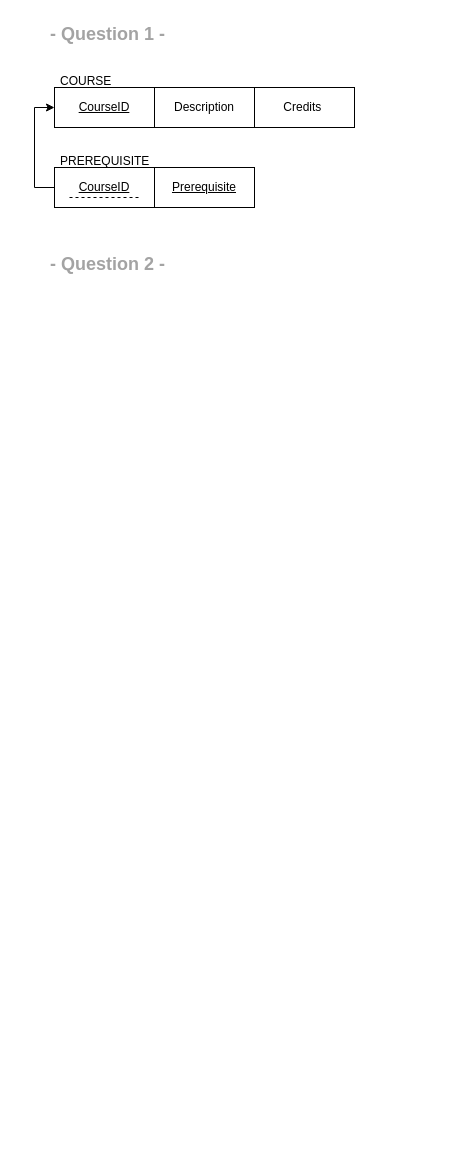
The draw.io diagram HW2.drawio in SamanZargarzadeh/ERD, before the edit. Source tidied: cells renumbered, new cells numbered last; positions are measured from the earlier drawing's top-left corner, leaving out a move shared by most shapes. Both pictures are drawn from the tidied source at 100%, with x=0, y=0 at pixel (34, 17).
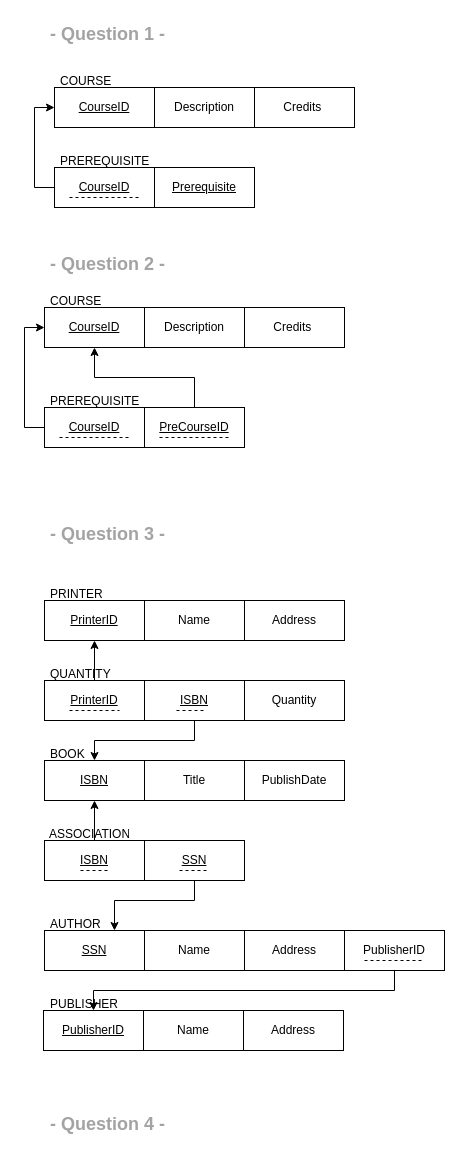
Above is the later version.

Change to the diagram source:
```diff
@@
+    <mxCell id="13" value="CourseID" style="whiteSpace=wrap;html=1;align=center;fontStyle=4;" parent="1" vertex="1">
+      <mxGeometry x="10" y="290" width="100" height="40" as="geometry" />
+    </mxCell>
+    <mxCell id="14" value="&lt;span style=&quot;background-color: initial;&quot;&gt;Description&lt;br&gt;&lt;/span&gt;" style="whiteSpace=wrap;html=1;align=center;" parent="1" vertex="1">
+      <mxGeometry x="110" y="290" width="100" height="40" as="geometry" />
+    </mxCell>
+    <mxCell id="15" value="&lt;span style=&quot;background-color: initial;&quot;&gt;Credits&amp;nbsp;&lt;br&gt;&lt;/span&gt;" style="whiteSpace=wrap;html=1;align=center;" parent="1" vertex="1">
+      <mxGeometry x="210" y="290" width="100" height="40" as="geometry" />
+    </mxCell>
+    <mxCell id="16" style="edgeStyle=orthogonalEdgeStyle;rounded=0;jettySize=auto;html=1;entryX=0;entryY=0.5;entryDx=0;entryDy=0;" parent="1" edge="1" source="17" target="13">
+      <mxGeometry relative="1" as="geometry">
+        <Array as="points">
+          <mxPoint x="-10" y="410" />
+          <mxPoint x="-10" y="310" />
+        </Array>
+      </mxGeometry>
+    </mxCell>
+    <mxCell id="17" value="CourseID" style="whiteSpace=wrap;html=1;align=center;fontStyle=4;" parent="1" vertex="1">
+      <mxGeometry x="10" y="390" width="100" height="40" as="geometry" />
+    </mxCell>
+    <mxCell id="18" style="edgeStyle=orthogonalEdgeStyle;rounded=0;jettySize=auto;html=1;entryX=0.5;entryY=1;entryDx=0;entryDy=0;" parent="1" edge="1" source="19" target="13">
+      <mxGeometry relative="1" as="geometry" />
+    </mxCell>
+    <mxCell id="19" value="&lt;span style=&quot;background-color: initial;&quot;&gt;&lt;span style=&quot;font-weight: normal;&quot;&gt;&lt;u&gt;PreCourseID&lt;/u&gt;&lt;/span&gt;&lt;br&gt;&lt;/span&gt;" style="whiteSpace=wrap;html=1;align=center;fontStyle=1;" parent="1" vertex="1">
+      <mxGeometry x="110" y="390" width="100" height="40" as="geometry" />
+    </mxCell>
+    <mxCell id="20" style="endArrow=none;dashed=1;html=1;rounded=0;" parent="1" edge="1">
+      <mxGeometry relative="1" as="geometry">
+        <mxPoint x="25" y="420" as="sourcePoint" />
+        <mxPoint x="95" y="420" as="targetPoint" />
+      </mxGeometry>
+    </mxCell>
+    <mxCell id="21" value="COURSE" style="text;strokeColor=none;fillColor=none;spacingLeft=4;spacingRight=4;overflow=hidden;fontSize=12;whiteSpace=wrap;html=1;" parent="1" vertex="1">
+      <mxGeometry x="10" y="270" width="100" height="30" as="geometry" />
+    </mxCell>
+    <mxCell id="22" value="PREREQUISITE" style="text;strokeColor=none;fillColor=none;spacingLeft=4;spacingRight=4;overflow=hidden;fontSize=12;whiteSpace=wrap;html=1;" parent="1" vertex="1">
+      <mxGeometry x="10" y="370" width="100" height="30" as="geometry" />
+    </mxCell>
+    <mxCell id="23" style="endArrow=none;dashed=1;html=1;rounded=0;" parent="1" edge="1">
+      <mxGeometry relative="1" as="geometry">
+        <mxPoint x="125" y="420" as="sourcePoint" />
+        <mxPoint x="195" y="420" as="targetPoint" />
+      </mxGeometry>
+    </mxCell>
+    <mxCell id="24" value="- Question 3 -" style="text;strokeColor=none;fillColor=none;spacingLeft=4;spacingRight=4;overflow=hidden;fontSize=18;whiteSpace=wrap;html=1;fontColor=#a3a3a3;fontStyle=1;" parent="1" vertex="1">
+      <mxGeometry x="10" y="500" width="160" height="30" as="geometry" />
+    </mxCell>
+    <mxCell id="25" value="PrinterID" style="whiteSpace=wrap;html=1;align=center;fontStyle=4;" parent="1" vertex="1">
+      <mxGeometry x="10" y="583" width="100" height="40" as="geometry" />
+    </mxCell>
+    <mxCell id="26" value="Name" style="whiteSpace=wrap;html=1;align=center;" parent="1" vertex="1">
+      <mxGeometry x="110" y="583" width="100" height="40" as="geometry" />
+    </mxCell>
+    <mxCell id="27" value="Address" style="whiteSpace=wrap;html=1;align=center;" parent="1" vertex="1">
+      <mxGeometry x="210" y="583" width="100" height="40" as="geometry" />
+    </mxCell>
+    <mxCell id="28" value="PRINTER" style="text;strokeColor=none;fillColor=none;spacingLeft=4;spacingRight=4;overflow=hidden;fontSize=12;whiteSpace=wrap;html=1;" parent="1" vertex="1">
+      <mxGeometry x="10" y="563" width="90" height="30" as="geometry" />
+    </mxCell>
+    <mxCell id="29" value="&lt;u&gt;ISBN&lt;/u&gt;" style="whiteSpace=wrap;html=1;align=center;" parent="1" vertex="1">
+      <mxGeometry x="10" y="743" width="100" height="40" as="geometry" />
+    </mxCell>
+    <mxCell id="30" value="Title" style="whiteSpace=wrap;html=1;align=center;" parent="1" vertex="1">
+      <mxGeometry x="110" y="743" width="100" height="40" as="geometry" />
+    </mxCell>
+    <mxCell id="31" value="PublishDate" style="whiteSpace=wrap;html=1;align=center;" parent="1" vertex="1">
+      <mxGeometry x="210" y="743" width="100" height="40" as="geometry" />
+    </mxCell>
+    <mxCell id="32" value="BOOK" style="text;strokeColor=none;fillColor=none;spacingLeft=4;spacingRight=4;overflow=hidden;fontSize=12;whiteSpace=wrap;html=1;" parent="1" vertex="1">
+      <mxGeometry x="10" y="723" width="90" height="30" as="geometry" />
+    </mxCell>
+    <mxCell id="33" style="edgeStyle=orthogonalEdgeStyle;rounded=0;jettySize=auto;html=1;" parent="1" edge="1" source="34" target="25">
+      <mxGeometry relative="1" as="geometry" />
+    </mxCell>
+    <mxCell id="34" value="PrinterID" style="whiteSpace=wrap;html=1;align=center;fontStyle=4;" parent="1" vertex="1">
+      <mxGeometry x="10" y="663" width="100" height="40" as="geometry" />
+    </mxCell>
+    <mxCell id="35" style="edgeStyle=orthogonalEdgeStyle;rounded=0;jettySize=auto;html=1;" parent="1" edge="1" source="36" target="29">
+      <mxGeometry relative="1" as="geometry" />
+    </mxCell>
+    <mxCell id="36" value="&lt;u&gt;ISBN&lt;/u&gt;" style="whiteSpace=wrap;html=1;align=center;" parent="1" vertex="1">
+      <mxGeometry x="110" y="663" width="100" height="40" as="geometry" />
+    </mxCell>
+    <mxCell id="37" value="Quantity" style="whiteSpace=wrap;html=1;align=center;" parent="1" vertex="1">
+      <mxGeometry x="210" y="663" width="100" height="40" as="geometry" />
+    </mxCell>
+    <mxCell id="38" value="QUANTITY" style="text;strokeColor=none;fillColor=none;spacingLeft=4;spacingRight=4;overflow=hidden;fontSize=12;whiteSpace=wrap;html=1;" parent="1" vertex="1">
+      <mxGeometry x="10" y="643" width="90" height="30" as="geometry" />
+    </mxCell>
+    <mxCell id="39" style="endArrow=none;dashed=1;html=1;rounded=0;" parent="1" edge="1">
+      <mxGeometry relative="1" as="geometry">
+        <mxPoint x="35" y="693" as="sourcePoint" />
+        <mxPoint x="85" y="693" as="targetPoint" />
+      </mxGeometry>
+    </mxCell>
+    <mxCell id="40" style="endArrow=none;dashed=1;html=1;rounded=0;" parent="1" edge="1">
+      <mxGeometry relative="1" as="geometry">
+        <mxPoint x="142" y="693" as="sourcePoint" />
+        <mxPoint x="172" y="693" as="targetPoint" />
+      </mxGeometry>
+    </mxCell>
+    <mxCell id="41" value="&lt;u&gt;SSN&lt;/u&gt;" style="whiteSpace=wrap;html=1;align=center;" parent="1" vertex="1">
+      <mxGeometry x="10" y="913" width="100" height="40" as="geometry" />
+    </mxCell>
+    <mxCell id="42" value="Name" style="whiteSpace=wrap;html=1;align=center;" parent="1" vertex="1">
+      <mxGeometry x="110" y="913" width="100" height="40" as="geometry" />
+    </mxCell>
+    <mxCell id="43" value="Address" style="whiteSpace=wrap;html=1;align=center;" parent="1" vertex="1">
+      <mxGeometry x="210" y="913" width="100" height="40" as="geometry" />
+    </mxCell>
+    <mxCell id="44" value="AUTHOR" style="text;strokeColor=none;fillColor=none;spacingLeft=4;spacingRight=4;overflow=hidden;fontSize=12;whiteSpace=wrap;html=1;" parent="1" vertex="1">
+      <mxGeometry x="10" y="893" width="75" height="30" as="geometry" />
+    </mxCell>
+    <mxCell id="45" style="edgeStyle=orthogonalEdgeStyle;rounded=0;jettySize=auto;html=1;" parent="1" edge="1" source="46" target="29">
+      <mxGeometry relative="1" as="geometry" />
+    </mxCell>
+    <mxCell id="46" value="&lt;u&gt;ISBN&lt;/u&gt;" style="whiteSpace=wrap;html=1;align=center;" parent="1" vertex="1">
+      <mxGeometry x="10" y="823" width="100" height="40" as="geometry" />
+    </mxCell>
+    <mxCell id="47" style="edgeStyle=orthogonalEdgeStyle;rounded=0;jettySize=auto;html=1;" parent="1" edge="1" source="48" target="41">
+      <mxGeometry relative="1" as="geometry">
+        <Array as="points">
+          <mxPoint x="160" y="883" />
+          <mxPoint x="80" y="883" />
+        </Array>
+      </mxGeometry>
+    </mxCell>
+    <mxCell id="48" value="&lt;u&gt;SSN&lt;/u&gt;" style="whiteSpace=wrap;html=1;align=center;" parent="1" vertex="1">
+      <mxGeometry x="110" y="823" width="100" height="40" as="geometry" />
+    </mxCell>
+    <mxCell id="49" style="endArrow=none;dashed=1;html=1;rounded=0;" parent="1" edge="1">
+      <mxGeometry relative="1" as="geometry">
+        <mxPoint x="46" y="853" as="sourcePoint" />
+        <mxPoint x="76" y="853" as="targetPoint" />
+      </mxGeometry>
+    </mxCell>
+    <mxCell id="50" style="endArrow=none;dashed=1;html=1;rounded=0;" parent="1" edge="1">
+      <mxGeometry relative="1" as="geometry">
+        <mxPoint x="145" y="853" as="sourcePoint" />
+        <mxPoint x="175" y="853" as="targetPoint" />
+      </mxGeometry>
+    </mxCell>
+    <mxCell id="51" value="ASSOCIATION" style="text;strokeColor=none;fillColor=none;spacingLeft=4;spacingRight=4;overflow=hidden;fontSize=12;whiteSpace=wrap;html=1;" parent="1" vertex="1">
+      <mxGeometry x="9" y="803" width="90" height="30" as="geometry" />
+    </mxCell>
+    <mxCell id="52" value="PublisherID" style="whiteSpace=wrap;html=1;align=center;fontStyle=4;" parent="1" vertex="1">
+      <mxGeometry x="9" y="993" width="100" height="40" as="geometry" />
+    </mxCell>
+    <mxCell id="53" value="Name" style="whiteSpace=wrap;html=1;align=center;" parent="1" vertex="1">
+      <mxGeometry x="109" y="993" width="100" height="40" as="geometry" />
+    </mxCell>
+    <mxCell id="54" value="Address" style="whiteSpace=wrap;html=1;align=center;" parent="1" vertex="1">
+      <mxGeometry x="209" y="993" width="100" height="40" as="geometry" />
+    </mxCell>
+    <mxCell id="55" value="PUBLISHER" style="text;strokeColor=none;fillColor=none;spacingLeft=4;spacingRight=4;overflow=hidden;fontSize=12;whiteSpace=wrap;html=1;" parent="1" vertex="1">
+      <mxGeometry x="10" y="973" width="90" height="30" as="geometry" />
+    </mxCell>
+    <mxCell id="56" style="edgeStyle=orthogonalEdgeStyle;rounded=0;jettySize=auto;html=1;" parent="1" edge="1" source="57" target="52">
+      <mxGeometry relative="1" as="geometry">
+        <Array as="points">
+          <mxPoint x="360" y="973" />
+          <mxPoint x="59" y="973" />
+        </Array>
+      </mxGeometry>
+    </mxCell>
+    <mxCell id="57" value="PublisherID" style="whiteSpace=wrap;html=1;align=center;fontStyle=0;" parent="1" vertex="1">
+      <mxGeometry x="310" y="913" width="100" height="40" as="geometry" />
+    </mxCell>
+    <mxCell id="58" style="endArrow=none;dashed=1;html=1;rounded=0;" parent="1" edge="1">
+      <mxGeometry relative="1" as="geometry">
+        <mxPoint x="330" y="943" as="sourcePoint" />
+        <mxPoint x="390" y="943" as="targetPoint" />
+      </mxGeometry>
+    </mxCell>
+    <mxCell id="59" value="- Question 4 -" style="text;strokeColor=none;fillColor=none;spacingLeft=4;spacingRight=4;overflow=hidden;fontSize=18;whiteSpace=wrap;html=1;fontColor=#a3a3a3;fontStyle=1;" parent="1" vertex="1">
+      <mxGeometry x="10" y="1090" width="160" height="30" as="geometry" />
+    </mxCell>
```
